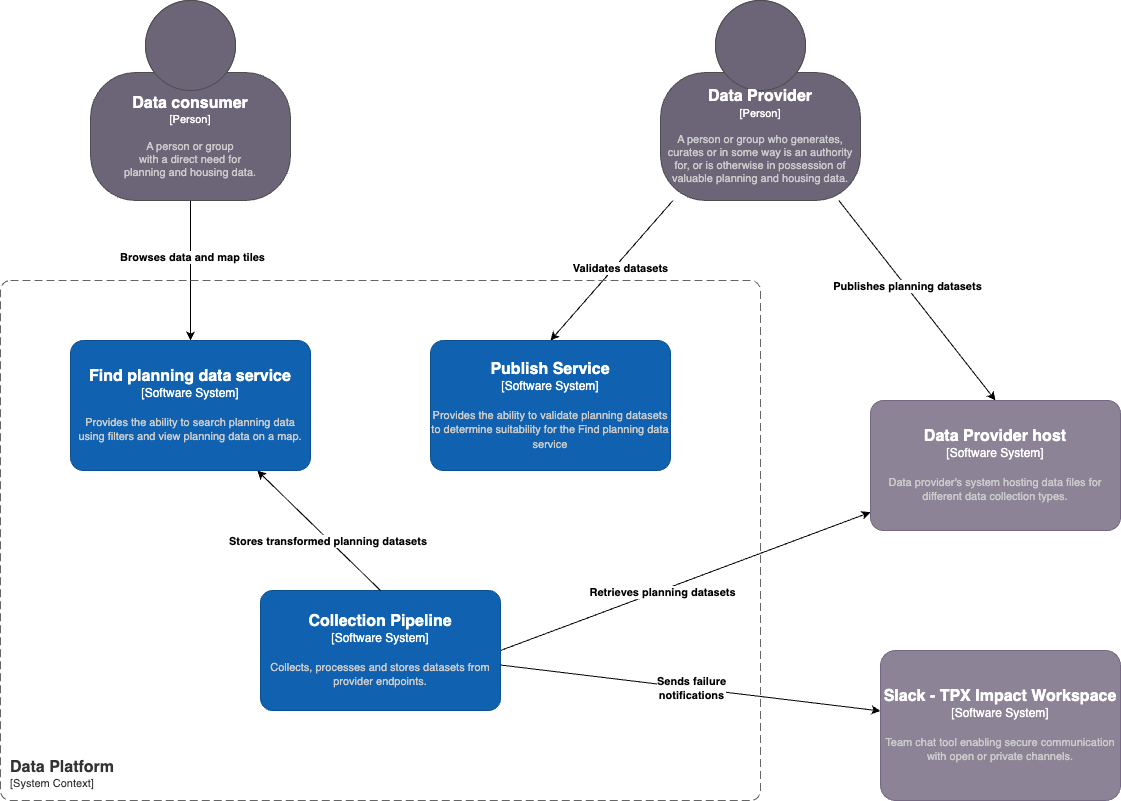
The draw.io diagram source/architecture/design/latest/images/system-context.drawio.png in digital-land/technical-documentation, before a commit. Source tidied: cells renumbered, new cells last; positions are measured from the earlier drawing's top-left corner, leaving out a move shared by most shapes. Its diagram source:
```xml
<mxGraphModel>
  <root>
    <mxCell id="0" />
    <mxCell id="1" parent="0" />
    <mxCell id="2" style="rounded=0;jettySize=auto;html=1;entryX=0.5;entryY=0;entryDx=0;entryDy=0;entryPerimeter=0;" parent="1" edge="1" source="6" target="14">
      <mxGeometry relative="1" as="geometry" />
    </mxCell>
    <mxCell id="3" value="&lt;b&gt;Validates datasets&lt;/b&gt;" style="edgeLabel;html=1;align=center;verticalAlign=middle;" parent="2" vertex="1">
      <mxGeometry x="-0.07" y="4" relative="1" as="geometry" />
    </mxCell>
    <mxCell id="4" style="rounded=0;jettySize=auto;html=1;entryX=0.5;entryY=0;entryDx=0;entryDy=0;entryPerimeter=0;" parent="1" edge="1" source="6" target="15">
      <mxGeometry relative="1" as="geometry" />
    </mxCell>
    <mxCell id="5" value="&lt;b&gt;Publishes planning datasets&lt;/b&gt;" style="edgeLabel;html=1;align=center;verticalAlign=middle;" parent="4" vertex="1">
      <mxGeometry x="-0.14" y="1" relative="1" as="geometry">
        <mxPoint y="1" as="offset" />
      </mxGeometry>
    </mxCell>
    <object id="6" label="&lt;font style=&quot;font-size: 16px&quot;&gt;&lt;b&gt;%c4Name%&lt;/b&gt;&lt;/font&gt;&lt;div&gt;[%c4Type%]&lt;/div&gt;&lt;br&gt;&lt;div&gt;&lt;font style=&quot;font-size: 11px&quot;&gt;&lt;font color=&quot;#cccccc&quot;&gt;%c4Description%&lt;/font&gt;&lt;/div&gt;" c4Description="A person or group who generates, curates or in some way is an authority for, or is otherwise in possession of valuable planning and housing data." c4Name="Data Provider" c4Type="Person" placeholders="1">
      <mxCell style="html=1;fontSize=11;dashed=0;whiteSpace=wrap;fillColor=#6C6477;strokeColor=#4D4D4D;fontColor=#ffffff;shape=mxgraph.c4.person2;align=center;points=[[0.5,0,0],[1,0.5,0],[1,0.75,0],[0.75,1,0],[0.5,1,0],[0.25,1,0],[0,0.75,0],[0,0.5,0]];" parent="1" vertex="1">
        <mxGeometry x="660" width="200" height="200" as="geometry" />
      </mxCell>
    </object>
    <mxCell id="7" style="rounded=0;jettySize=auto;html=1;" parent="1" edge="1" source="9" target="16">
      <mxGeometry relative="1" as="geometry" />
    </mxCell>
    <mxCell id="8" value="&lt;b&gt;Browses data and map tiles&lt;/b&gt;" style="edgeLabel;html=1;align=center;verticalAlign=middle;" parent="7" vertex="1">
      <mxGeometry x="-0.2" y="1" relative="1" as="geometry" />
    </mxCell>
    <object id="9" label="&lt;font style=&quot;font-size: 16px&quot;&gt;&lt;b&gt;%c4Name%&lt;/b&gt;&lt;/font&gt;&lt;div&gt;[%c4Type%]&lt;/div&gt;&lt;br&gt;&lt;div&gt;&lt;font style=&quot;font-size: 11px&quot;&gt;&lt;font color=&quot;#cccccc&quot;&gt;%c4Description%&lt;/font&gt;&lt;/div&gt;" c4Description="A person or group &#10;with a direct need for &#10;planning and housing data. " c4Name="Data consumer" c4Type="Person" placeholders="1">
      <mxCell style="html=1;fontSize=11;dashed=0;whiteSpace=wrap;fillColor=#6C6477;strokeColor=#4D4D4D;fontColor=#ffffff;shape=mxgraph.c4.person2;align=center;points=[[0.5,0,0],[1,0.5,0],[1,0.75,0],[0.75,1,0],[0.5,1,0],[0.25,1,0],[0,0.75,0],[0,0.5,0]];" parent="1" vertex="1">
        <mxGeometry x="90" width="200" height="200" as="geometry" />
      </mxCell>
    </object>
    <object id="10" label="&lt;font style=&quot;font-size: 16px&quot;&gt;&lt;b&gt;&lt;div style=&quot;text-align: left&quot;&gt;%c4Name%&lt;/div&gt;&lt;/b&gt;&lt;/font&gt;&lt;div style=&quot;text-align: left&quot;&gt;[%c4Application%]&lt;/div&gt;" c4Application="System Context" c4Name="Data Platform" c4Type="SystemScopeBoundary" placeholders="1">
      <mxCell style="rounded=1;fontSize=11;whiteSpace=wrap;html=1;dashed=1;arcSize=20;fillColor=none;strokeColor=#666666;fontColor=#333333;labelBackgroundColor=none;align=left;verticalAlign=bottom;labelBorderColor=none;spacingTop=0;spacing=10;dashPattern=8 4;perimeter=rectanglePerimeter;noLabel=0;labelPadding=0;absoluteArcSize=1;" parent="1" vertex="1">
        <mxGeometry y="280" width="760" height="520" as="geometry" />
      </mxCell>
    </object>
    <mxCell id="11" style="rounded=0;jettySize=auto;html=1;exitX=1;exitY=0.5;exitDx=0;exitDy=0;exitPerimeter=0;" parent="1" edge="1" source="13" target="15">
      <mxGeometry relative="1" as="geometry" />
    </mxCell>
    <mxCell id="12" value="&lt;b&gt;Retrieves planning datasets&lt;/b&gt;" style="edgeLabel;html=1;align=center;verticalAlign=middle;" parent="11" vertex="1">
      <mxGeometry x="-0.12" y="-1" relative="1" as="geometry" />
    </mxCell>
    <object id="13" label="&lt;font style=&quot;font-size: 16px&quot;&gt;&lt;b&gt;%c4Name%&lt;/b&gt;&lt;/font&gt;&lt;div&gt;[%c4Type%]&lt;/div&gt;&lt;br&gt;&lt;div&gt;&lt;font style=&quot;font-size: 11px&quot;&gt;&lt;font color=&quot;#cccccc&quot;&gt;%c4Description%&lt;/font&gt;&lt;/div&gt;" c4Description="Collects, processes and stores datasets from provider endpoints." c4Name="Collection Pipeline" c4Type="Software System" placeholders="1">
      <mxCell style="rounded=1;whiteSpace=wrap;html=1;labelBackgroundColor=none;fillColor=#1061B0;fontColor=#ffffff;align=center;arcSize=10;strokeColor=#0D5091;points=[[0.25,0,0],[0.5,0,0],[0.75,0,0],[1,0.25,0],[1,0.5,0],[1,0.75,0],[0.75,1,0],[0.5,1,0],[0.25,1,0],[0,0.75,0],[0,0.5,0],[0,0.25,0]];" parent="1" vertex="1">
        <mxGeometry x="260" y="590" width="240" height="120" as="geometry" />
      </mxCell>
    </object>
    <object id="14" label="&lt;font style=&quot;font-size: 16px&quot;&gt;&lt;b&gt;%c4Name%&lt;/b&gt;&lt;/font&gt;&lt;div&gt;[%c4Type%]&lt;/div&gt;&lt;br&gt;&lt;div&gt;&lt;font style=&quot;font-size: 11px&quot;&gt;&lt;font color=&quot;#cccccc&quot;&gt;%c4Description%&lt;/font&gt;&lt;/div&gt;" c4Description="Provides the ability to validate planning datasets to determine suitability for the Find planning data service" c4Name="Publish Service" c4Type="Software System" placeholders="1">
      <mxCell style="rounded=1;whiteSpace=wrap;html=1;labelBackgroundColor=none;fillColor=#1061B0;fontColor=#ffffff;align=center;arcSize=10;strokeColor=#0D5091;points=[[0.25,0,0],[0.5,0,0],[0.75,0,0],[1,0.25,0],[1,0.5,0],[1,0.75,0],[0.75,1,0],[0.5,1,0],[0.25,1,0],[0,0.75,0],[0,0.5,0],[0,0.25,0]];" parent="1" vertex="1">
        <mxGeometry x="430" y="340" width="240" height="130" as="geometry" />
      </mxCell>
    </object>
    <object id="15" label="&lt;font style=&quot;font-size: 16px&quot;&gt;&lt;b&gt;%c4Name%&lt;/b&gt;&lt;/font&gt;&lt;div&gt;[%c4Type%]&lt;/div&gt;&lt;br&gt;&lt;div&gt;&lt;font style=&quot;font-size: 11px&quot;&gt;&lt;font color=&quot;#cccccc&quot;&gt;%c4Description%&lt;/font&gt;&lt;/div&gt;" c4Description="Data provider's system hosting data files for different data collection types." c4Name="Data Provider host" c4Type="Software System" placeholders="1">
      <mxCell style="rounded=1;whiteSpace=wrap;html=1;labelBackgroundColor=none;fillColor=#8C8496;fontColor=#ffffff;align=center;arcSize=10;strokeColor=#736782;points=[[0.25,0,0],[0.5,0,0],[0.75,0,0],[1,0.25,0],[1,0.5,0],[1,0.75,0],[0.75,1,0],[0.5,1,0],[0.25,1,0],[0,0.75,0],[0,0.5,0],[0,0.25,0]];" parent="1" vertex="1">
        <mxGeometry x="870" y="400" width="250" height="130" as="geometry" />
      </mxCell>
    </object>
    <object id="16" label="&lt;font style=&quot;font-size: 16px&quot;&gt;&lt;b&gt;%c4Name%&lt;/b&gt;&lt;/font&gt;&lt;div&gt;[%c4Type%]&lt;/div&gt;&lt;br&gt;&lt;div&gt;&lt;font style=&quot;font-size: 11px&quot;&gt;&lt;font color=&quot;#cccccc&quot;&gt;%c4Description%&lt;/font&gt;&lt;/div&gt;" c4Description="Provides the ability to search planning data using filters and view planning data on a map." c4Name="Find planning data service " c4Type="Software System" placeholders="1">
      <mxCell style="rounded=1;whiteSpace=wrap;html=1;labelBackgroundColor=none;fillColor=#1061B0;fontColor=#ffffff;align=center;arcSize=10;strokeColor=#0D5091;points=[[0.25,0,0],[0.5,0,0],[0.75,0,0],[1,0.25,0],[1,0.5,0],[1,0.75,0],[0.75,1,0],[0.5,1,0],[0.25,1,0],[0,0.75,0],[0,0.5,0],[0,0.25,0]];" parent="1" vertex="1">
        <mxGeometry x="70" y="340" width="240" height="130" as="geometry" />
      </mxCell>
    </object>
    <mxCell id="17" style="rounded=0;jettySize=auto;html=1;exitX=0.5;exitY=0;exitDx=0;exitDy=0;exitPerimeter=0;" parent="1" edge="1" source="13" target="16">
      <mxGeometry relative="1" as="geometry" />
    </mxCell>
    <mxCell id="18" value="&lt;b&gt;Stores transformed planning datasets&amp;nbsp;&lt;/b&gt;" style="edgeLabel;html=1;align=center;verticalAlign=middle;" parent="17" vertex="1">
      <mxGeometry x="-0.15" relative="1" as="geometry" />
    </mxCell>
    <object id="19" label="&lt;font style=&quot;font-size: 16px&quot;&gt;&lt;b&gt;%c4Name%&lt;/b&gt;&lt;/font&gt;&lt;div&gt;[%c4Type%]&lt;/div&gt;&lt;br&gt;&lt;div&gt;&lt;font style=&quot;font-size: 11px&quot;&gt;&lt;font color=&quot;#cccccc&quot;&gt;%c4Description%&lt;/font&gt;&lt;/div&gt;" c4Description="Team chat tool enabling secure communication with open or private channels." c4Name="Slack - TPX Impact Workspace" c4Type="Software System" placeholders="1">
      <mxCell style="rounded=1;whiteSpace=wrap;html=1;labelBackgroundColor=none;fillColor=#8C8496;fontColor=#ffffff;align=center;arcSize=10;strokeColor=#736782;points=[[0.25,0,0],[0.5,0,0],[0.75,0,0],[1,0.25,0],[1,0.5,0],[1,0.75,0],[0.75,1,0],[0.5,1,0],[0.25,1,0],[0,0.75,0],[0,0.5,0],[0,0.25,0]];" parent="1" vertex="1">
        <mxGeometry x="880" y="650" width="240" height="150" as="geometry" />
      </mxCell>
    </object>
    <mxCell id="20" value="&lt;b style=&quot;border-color: var(--border-color); color: rgb(0, 0, 0); font-family: Helvetica; font-size: 11px; font-style: normal; font-variant-ligatures: normal; font-variant-caps: normal; letter-spacing: normal; orphans: 2; text-align: center; text-indent: 0px; text-transform: none; widows: 2; word-spacing: 0px; -webkit-text-stroke-width: 0px; text-decoration-thickness: initial; text-decoration-style: initial; text-decoration-color: initial;&quot;&gt;Sends failure &lt;br&gt;notifications&lt;/b&gt;" style="rounded=0;jettySize=auto;html=1;" parent="1" edge="1" source="13" target="19">
      <mxGeometry relative="1" as="geometry" />
    </mxCell>
  </root>
</mxGraphModel>
```
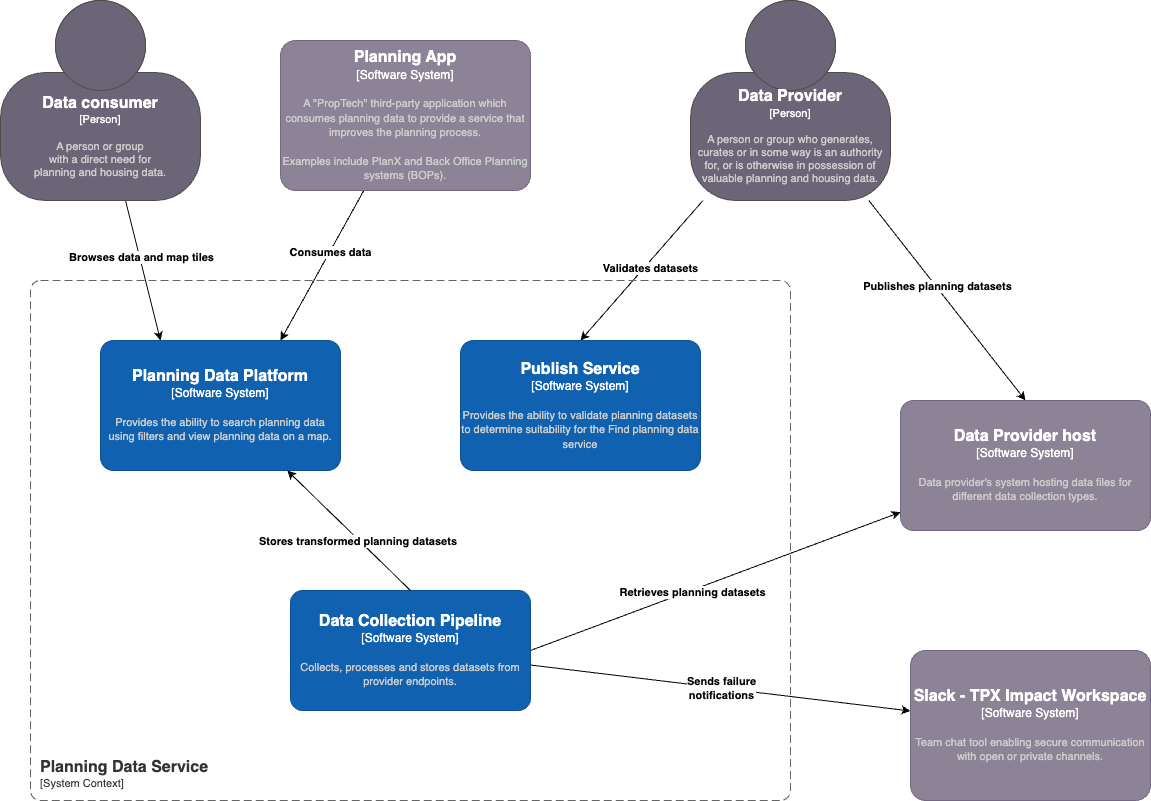
Later version of the same file.

Commit message:
Revised diagrams following renaming of find... service to Planning Data Platform and system context now named Planning Data Service.

What changed in the source:
```diff
@@ -21,7 +21,7 @@
         <mxGeometry x="660" width="200" height="200" as="geometry" />
       </mxCell>
     </object>
-    <mxCell id="7" style="rounded=0;jettySize=auto;html=1;" parent="1" edge="1" source="9" target="16">
+    <mxCell id="7" style="rounded=0;jettySize=auto;html=1;entryX=0.25;entryY=0;entryDx=0;entryDy=0;entryPerimeter=0;" parent="1" edge="1" source="9" target="16">
       <mxGeometry relative="1" as="geometry" />
     </mxCell>
     <mxCell id="8" value="&lt;b&gt;Browses data and map tiles&lt;/b&gt;" style="edgeLabel;html=1;align=center;verticalAlign=middle;" parent="7" vertex="1">
@@ -29,10 +29,10 @@
     </mxCell>
     <object id="9" label="&lt;font style=&quot;font-size: 16px&quot;&gt;&lt;b&gt;%c4Name%&lt;/b&gt;&lt;/font&gt;&lt;div&gt;[%c4Type%]&lt;/div&gt;&lt;br&gt;&lt;div&gt;&lt;font style=&quot;font-size: 11px&quot;&gt;&lt;font color=&quot;#cccccc&quot;&gt;%c4Description%&lt;/font&gt;&lt;/div&gt;" c4Description="A person or group &#10;with a direct need for &#10;planning and housing data. " c4Name="Data consumer" c4Type="Person" placeholders="1">
       <mxCell style="html=1;fontSize=11;dashed=0;whiteSpace=wrap;fillColor=#6C6477;strokeColor=#4D4D4D;fontColor=#ffffff;shape=mxgraph.c4.person2;align=center;points=[[0.5,0,0],[1,0.5,0],[1,0.75,0],[0.75,1,0],[0.5,1,0],[0.25,1,0],[0,0.75,0],[0,0.5,0]];" parent="1" vertex="1">
-        <mxGeometry x="90" width="200" height="200" as="geometry" />
+        <mxGeometry x="-30" width="200" height="200" as="geometry" />
       </mxCell>
     </object>
-    <object id="10" label="&lt;font style=&quot;font-size: 16px&quot;&gt;&lt;b&gt;&lt;div style=&quot;text-align: left&quot;&gt;%c4Name%&lt;/div&gt;&lt;/b&gt;&lt;/font&gt;&lt;div style=&quot;text-align: left&quot;&gt;[%c4Application%]&lt;/div&gt;" c4Application="System Context" c4Name="Data Platform" c4Type="SystemScopeBoundary" placeholders="1">
+    <object id="10" label="&lt;font style=&quot;font-size: 16px&quot;&gt;&lt;b&gt;&lt;div style=&quot;text-align: left&quot;&gt;%c4Name%&lt;/div&gt;&lt;/b&gt;&lt;/font&gt;&lt;div style=&quot;text-align: left&quot;&gt;[%c4Application%]&lt;/div&gt;" c4Application="System Context" c4Desc="" c4Name="Planning Data Service" c4Type="SystemScopeBoundary" placeholders="1">
       <mxCell style="rounded=1;fontSize=11;whiteSpace=wrap;html=1;dashed=1;arcSize=20;fillColor=none;strokeColor=#666666;fontColor=#333333;labelBackgroundColor=none;align=left;verticalAlign=bottom;labelBorderColor=none;spacingTop=0;spacing=10;dashPattern=8 4;perimeter=rectanglePerimeter;noLabel=0;labelPadding=0;absoluteArcSize=1;" parent="1" vertex="1">
         <mxGeometry y="280" width="760" height="520" as="geometry" />
       </mxCell>
@@ -43,7 +43,7 @@
     <mxCell id="12" value="&lt;b&gt;Retrieves planning datasets&lt;/b&gt;" style="edgeLabel;html=1;align=center;verticalAlign=middle;" parent="11" vertex="1">
       <mxGeometry x="-0.12" y="-1" relative="1" as="geometry" />
     </mxCell>
-    <object id="13" label="&lt;font style=&quot;font-size: 16px&quot;&gt;&lt;b&gt;%c4Name%&lt;/b&gt;&lt;/font&gt;&lt;div&gt;[%c4Type%]&lt;/div&gt;&lt;br&gt;&lt;div&gt;&lt;font style=&quot;font-size: 11px&quot;&gt;&lt;font color=&quot;#cccccc&quot;&gt;%c4Description%&lt;/font&gt;&lt;/div&gt;" c4Description="Collects, processes and stores datasets from provider endpoints." c4Name="Collection Pipeline" c4Type="Software System" placeholders="1">
+    <object id="13" label="&lt;font style=&quot;font-size: 16px&quot;&gt;&lt;b&gt;%c4Name%&lt;/b&gt;&lt;/font&gt;&lt;div&gt;[%c4Type%]&lt;/div&gt;&lt;br&gt;&lt;div&gt;&lt;font style=&quot;font-size: 11px&quot;&gt;&lt;font color=&quot;#cccccc&quot;&gt;%c4Description%&lt;/font&gt;&lt;/div&gt;" c4Description="Collects, processes and stores datasets from provider endpoints." c4Name="Data Collection Pipeline" c4Type="Software System" placeholders="1">
       <mxCell style="rounded=1;whiteSpace=wrap;html=1;labelBackgroundColor=none;fillColor=#1061B0;fontColor=#ffffff;align=center;arcSize=10;strokeColor=#0D5091;points=[[0.25,0,0],[0.5,0,0],[0.75,0,0],[1,0.25,0],[1,0.5,0],[1,0.75,0],[0.75,1,0],[0.5,1,0],[0.25,1,0],[0,0.75,0],[0,0.5,0],[0,0.25,0]];" parent="1" vertex="1">
         <mxGeometry x="260" y="590" width="240" height="120" as="geometry" />
       </mxCell>
@@ -58,7 +58,7 @@
         <mxGeometry x="870" y="400" width="250" height="130" as="geometry" />
       </mxCell>
     </object>
-    <object id="16" label="&lt;font style=&quot;font-size: 16px&quot;&gt;&lt;b&gt;%c4Name%&lt;/b&gt;&lt;/font&gt;&lt;div&gt;[%c4Type%]&lt;/div&gt;&lt;br&gt;&lt;div&gt;&lt;font style=&quot;font-size: 11px&quot;&gt;&lt;font color=&quot;#cccccc&quot;&gt;%c4Description%&lt;/font&gt;&lt;/div&gt;" c4Description="Provides the ability to search planning data using filters and view planning data on a map." c4Name="Find planning data service " c4Type="Software System" placeholders="1">
+    <object id="16" label="&lt;font style=&quot;font-size: 16px&quot;&gt;&lt;b&gt;%c4Name%&lt;/b&gt;&lt;/font&gt;&lt;div&gt;[%c4Type%]&lt;/div&gt;&lt;br&gt;&lt;div&gt;&lt;font style=&quot;font-size: 11px&quot;&gt;&lt;font color=&quot;#cccccc&quot;&gt;%c4Description%&lt;/font&gt;&lt;/div&gt;" c4Description="Provides the ability to search planning data using filters and view planning data on a map." c4Name="Planning Data Platform" c4Type="Software System" placeholders="1">
       <mxCell style="rounded=1;whiteSpace=wrap;html=1;labelBackgroundColor=none;fillColor=#1061B0;fontColor=#ffffff;align=center;arcSize=10;strokeColor=#0D5091;points=[[0.25,0,0],[0.5,0,0],[0.75,0,0],[1,0.25,0],[1,0.5,0],[1,0.75,0],[0.75,1,0],[0.5,1,0],[0.25,1,0],[0,0.75,0],[0,0.5,0],[0,0.25,0]];" parent="1" vertex="1">
         <mxGeometry x="70" y="340" width="240" height="130" as="geometry" />
       </mxCell>
@@ -77,5 +77,16 @@
     <mxCell id="20" value="&lt;b style=&quot;border-color: var(--border-color); color: rgb(0, 0, 0); font-family: Helvetica; font-size: 11px; font-style: normal; font-variant-ligatures: normal; font-variant-caps: normal; letter-spacing: normal; orphans: 2; text-align: center; text-indent: 0px; text-transform: none; widows: 2; word-spacing: 0px; -webkit-text-stroke-width: 0px; text-decoration-thickness: initial; text-decoration-style: initial; text-decoration-color: initial;&quot;&gt;Sends failure &lt;br&gt;notifications&lt;/b&gt;" style="rounded=0;jettySize=auto;html=1;" parent="1" edge="1" source="13" target="19">
       <mxGeometry relative="1" as="geometry" />
     </mxCell>
+    <mxCell id="21" style="rounded=0;jettySize=auto;html=1;entryX=0.75;entryY=0;entryDx=0;entryDy=0;entryPerimeter=0;" parent="1" edge="1" source="23" target="16">
+      <mxGeometry relative="1" as="geometry" />
+    </mxCell>
+    <mxCell id="22" value="&lt;b&gt;Consumes data&lt;/b&gt;" style="edgeLabel;html=1;align=center;verticalAlign=middle;" parent="21" vertex="1">
+      <mxGeometry x="-0.19" relative="1" as="geometry" />
+    </mxCell>
+    <object id="23" label="&lt;font style=&quot;font-size: 16px&quot;&gt;&lt;b&gt;%c4Name%&lt;/b&gt;&lt;/font&gt;&lt;div&gt;[%c4Type%]&lt;/div&gt;&lt;br&gt;&lt;div&gt;&lt;font style=&quot;font-size: 11px&quot;&gt;&lt;font color=&quot;#cccccc&quot;&gt;%c4Description%&lt;/font&gt;&lt;/div&gt;" c4Description="A &quot;PropTech&quot; third-party application which consumes planning data to provide a service  that improves the planning process.&#10;&#10;Examples include PlanX and Back Office Planning systems (BOPs)." c4Name="Planning App" c4Type="Software System" placeholders="1">
+      <mxCell style="rounded=1;whiteSpace=wrap;html=1;labelBackgroundColor=none;fillColor=#8C8496;fontColor=#ffffff;align=center;arcSize=10;strokeColor=#736782;points=[[0.25,0,0],[0.5,0,0],[0.75,0,0],[1,0.25,0],[1,0.5,0],[1,0.75,0],[0.75,1,0],[0.5,1,0],[0.25,1,0],[0,0.75,0],[0,0.5,0],[0,0.25,0]];" parent="1" vertex="1">
+        <mxGeometry x="250" y="40" width="250" height="150" as="geometry" />
+      </mxCell>
+    </object>
   </root>
 </mxGraphModel>
```
